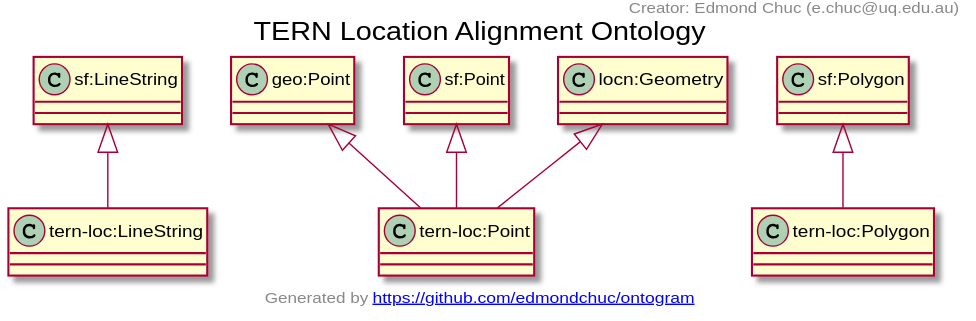
Above: docs/tern-loc.ttl.txt.svg in ternaustralia/ontology_tern-loc (PlantUML), before the change.
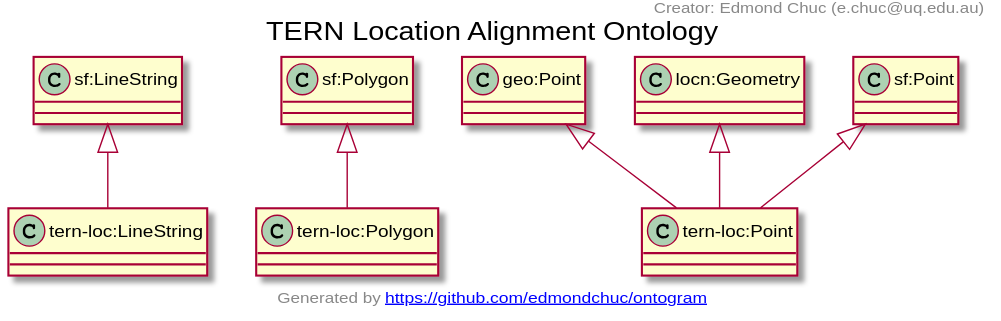
After the commit.

What changed in the source:
```diff
@@ -1,15 +1,15 @@
 @startuml
 title TERN Location Alignment Ontology
 "sf:LineString" <|-- "tern-loc:LineString"
+"sf:Polygon" <|-- "tern-loc:Polygon"
 "geo:Point" <|-- "tern-loc:Point"
+"locn:Geometry" <|-- "tern-loc:Point"
 "sf:Point" <|-- "tern-loc:Point"
-"locn:Geometry" <|-- "tern-loc:Point"
-"sf:Polygon" <|-- "tern-loc:Polygon"
 Class "tern-loc:LineString" [[https://w3id.org/tern/ontologies/loc/LineString]] {
 }
+Class "tern-loc:Polygon" [[https://w3id.org/tern/ontologies/loc/Polygon]] {
+}
 Class "tern-loc:Point" [[https://w3id.org/tern/ontologies/loc/Point]] {
-}
-Class "tern-loc:Polygon" [[https://w3id.org/tern/ontologies/loc/Polygon]] {
 }
 header
 Creator: Edmond Chuc (e.chuc@uq.edu.au)
```
